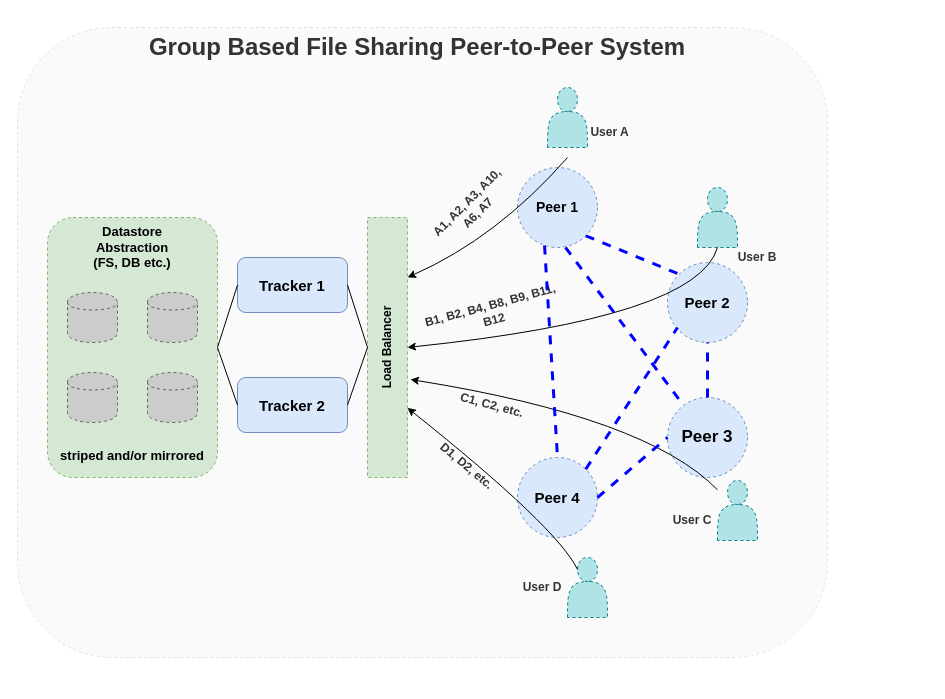
The draw.io diagram artifacts/group_file_sharing.drawio in IIIT-OS-PG/assignment-2-ratnakar-m, before the edit. Source tidied: cells renumbered, new cells numbered last; positions are measured from the earlier drawing's top-left corner, leaving out a move shared by most shapes. Both pictures are drawn from the tidied source at 100%, with x=0, y=0 at pixel (17, 17).
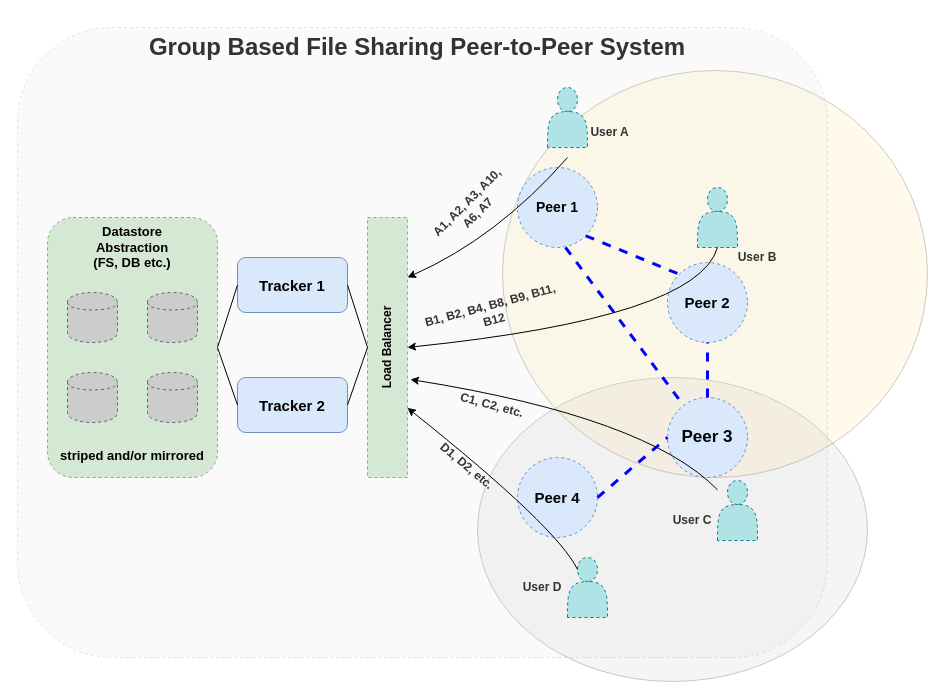
The same page after the edit.

Commit message (it also covers changes not shown here):
group based view

The change refers to these unchanged cells:
```xml
<mxCell id="9" value="Peer 1" style="ellipse;whiteSpace=wrap;html=1;dashed=1;fillColor=#dae8fc;strokeColor=#6c8ebf;fontStyle=1;fontSize=14;" parent="1" vertex="1">
  <mxGeometry x="500" y="150" width="80" height="80" as="geometry" />
</mxCell>
<mxCell id="12" value="Peer 4" style="ellipse;whiteSpace=wrap;html=1;dashed=1;fillColor=#dae8fc;strokeColor=#6c8ebf;fontStyle=1;fontSize=15;" parent="1" vertex="1">
  <mxGeometry x="500" y="440" width="80" height="80" as="geometry" />
</mxCell>
```

Diff of the diagram source:
```diff
@@
+    <mxCell id="43" style="ellipse;whiteSpace=wrap;html=1;fillColor=#CCCCCC;fontSize=13;fontColor=#0000FF;opacity=20;" parent="1" vertex="1">
+      <mxGeometry x="460" y="360" width="390" height="304" as="geometry" />
+    </mxCell>
+    <mxCell id="44" style="ellipse;whiteSpace=wrap;html=1;fillColor=#FFE599;fontSize=13;fontColor=#0000FF;opacity=20;" parent="1" vertex="1">
+      <mxGeometry x="485" y="53" width="425" height="407" as="geometry" />
+    </mxCell>
@@
-    <mxCell id="29" style="endArrow=none;dashed=1;html=1;fontColor=#0000FF;entryX=0.5;entryY=0;entryDx=0;entryDy=0;exitX=0.338;exitY=0.975;exitDx=0;exitDy=0;exitPerimeter=0;strokeWidth=3;strokeColor=#0000FF;" parent="1" edge="1" source="9" target="12">
-      <mxGeometry relative="1" as="geometry" />
-    </mxCell>
-    <mxCell id="30" style="endArrow=none;dashed=1;html=1;fontColor=#333333;exitX=1;exitY=0;exitDx=0;exitDy=0;strokeColor=#0000FF;strokeWidth=3;" parent="1" edge="1" source="12">
-      <mxGeometry relative="1" as="geometry">
-        <mxPoint x="660" y="310" as="targetPoint" />
-      </mxGeometry>
-    </mxCell>
```
